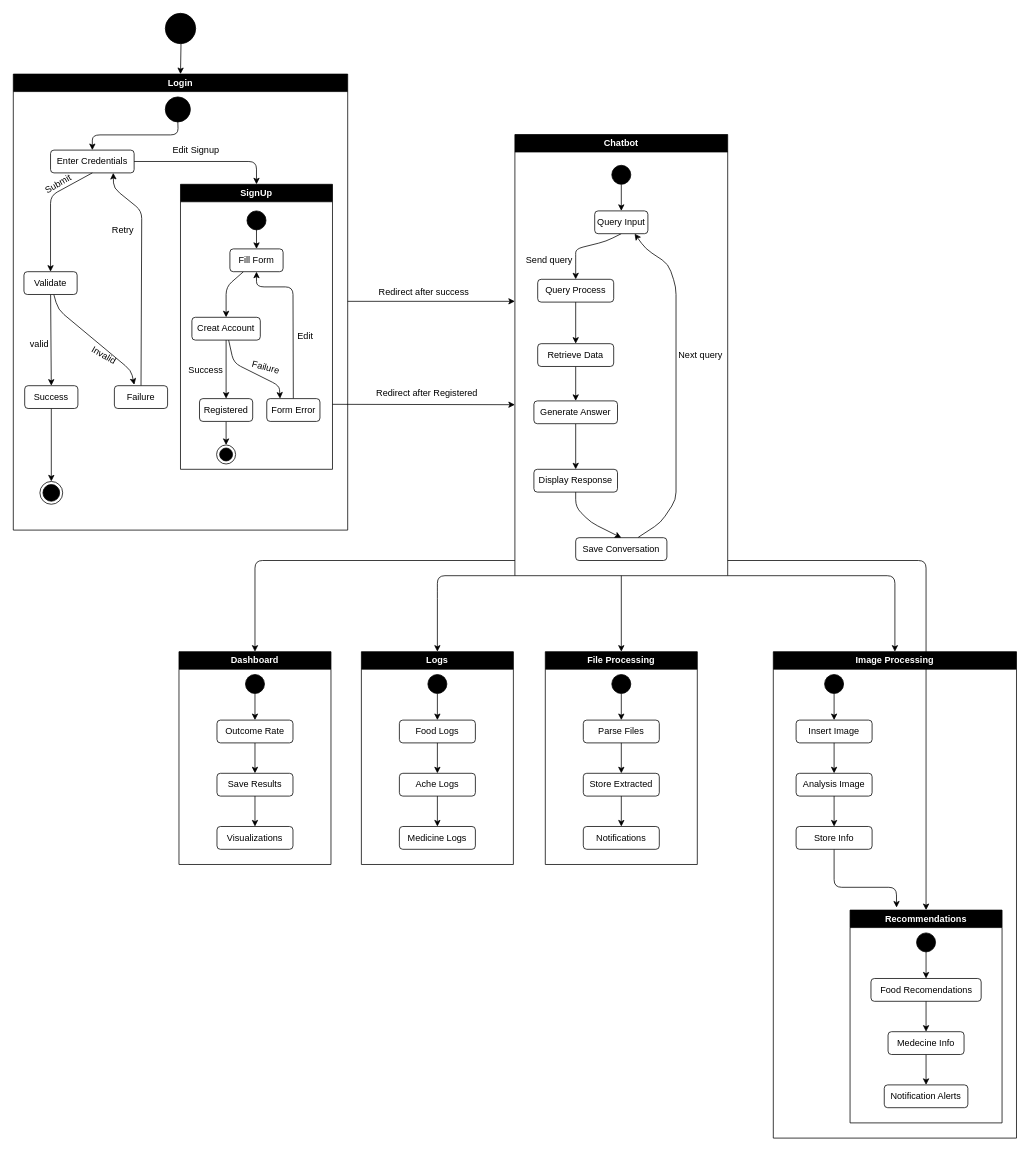
This is lib/diagrams/drawio/state_diagrame.drawio from AbdelmenamAdel/Diamate, a draw.io file, before an edit. Source tidied: cells renumbered, new cells numbered last; positions are measured from the earlier drawing's top-left corner, leaving out a move shared by most shapes. Both pictures are drawn from the tidied source at 76%, with x=0, y=0 at pixel (13, 13).
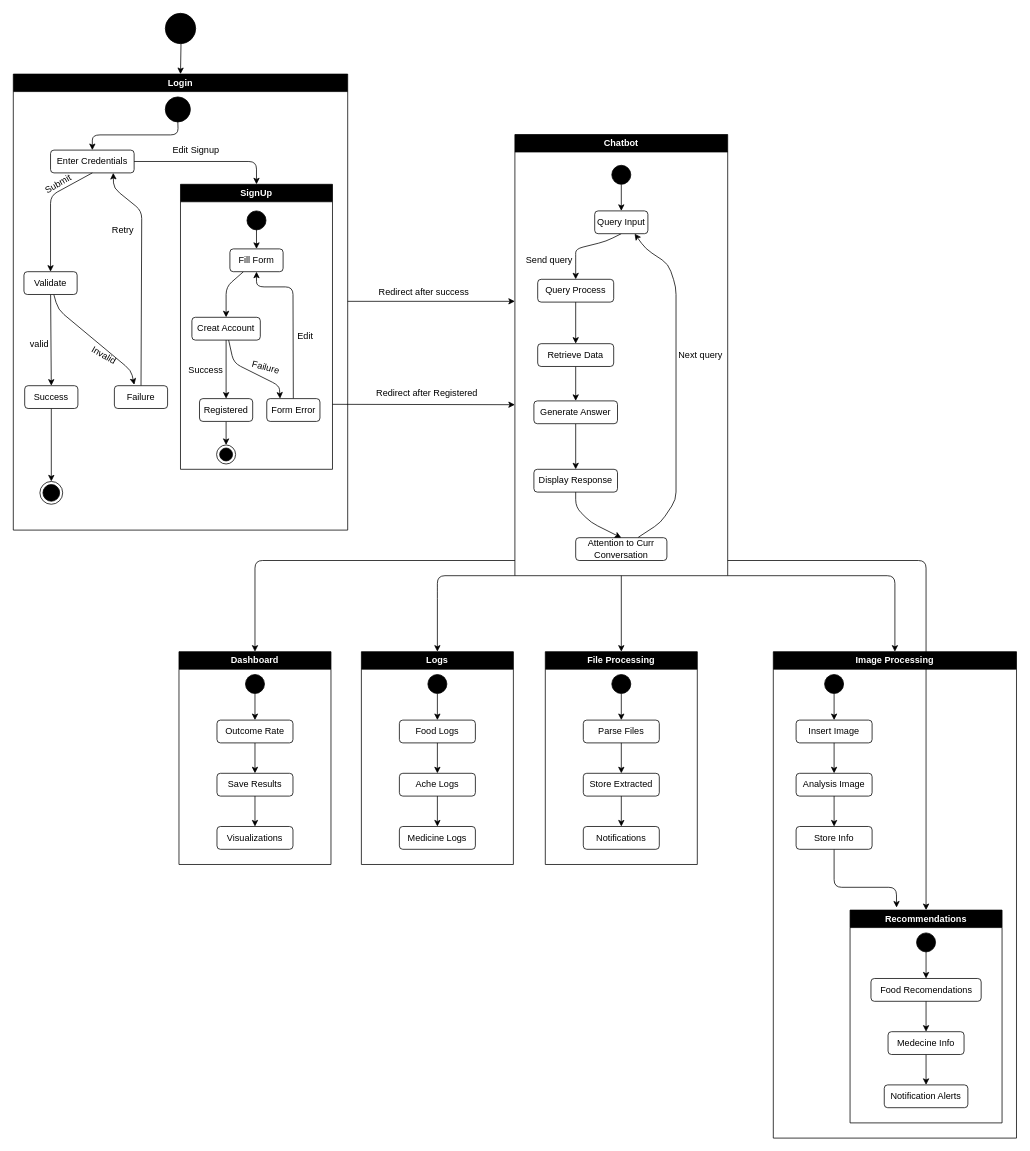
The same page after the edit.

Commit message (it also covers changes not shown here):
describtion and state diagram is done

Unchanged cells that the change refers to:
```xml
<mxCell id="45" value="&lt;font color=&quot;#ffffff&quot;&gt;Chatbot&lt;br&gt;&lt;/font&gt;" style="swimlane;whiteSpace=wrap;html=1;strokeColor=#000000;fontColor=#000000;fillColor=#000000;" parent="1" vertex="1">
  <mxGeometry x="660" y="159.5" width="280" height="580.5" as="geometry" />
</mxCell>
```

Change to the diagram source:
```diff
@@
-    <mxCell id="56" value="Save Conversation" style="whiteSpace=wrap;html=1;rounded=1;" parent="45" vertex="1">
+    <mxCell id="56" value="Attention to Curr Conversation" style="whiteSpace=wrap;html=1;rounded=1;" parent="45" vertex="1">
       <mxGeometry x="80" y="530.5" width="120" height="30" as="geometry" />
     </mxCell>
```
